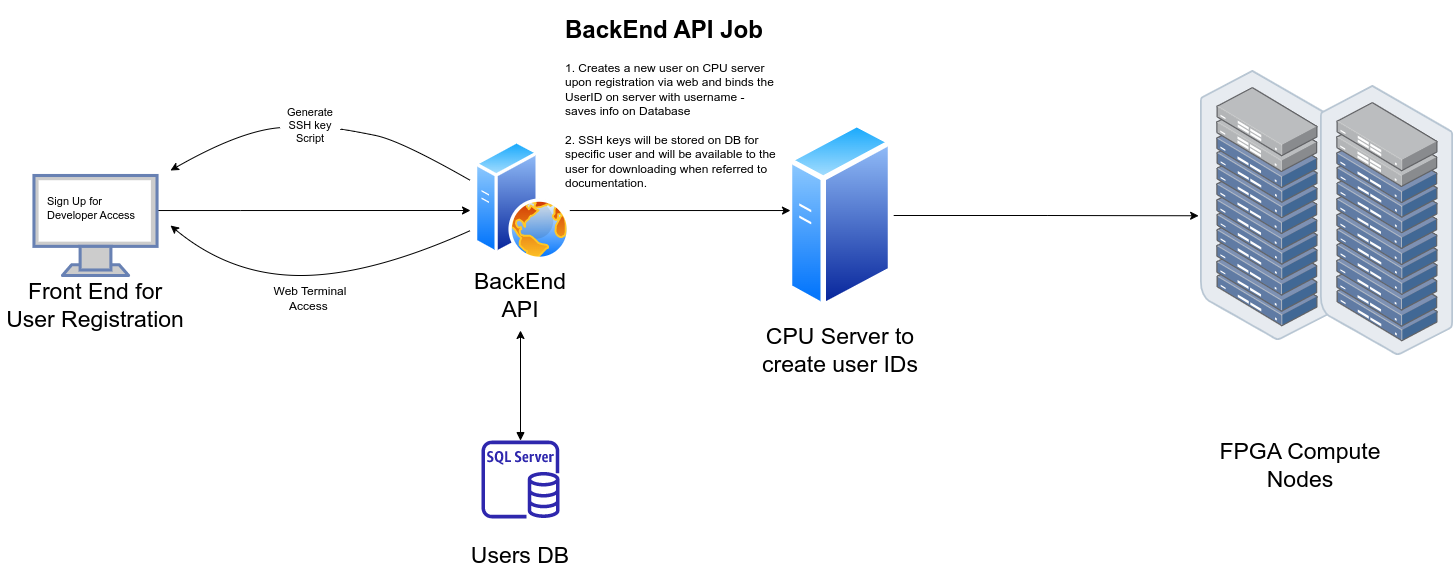
Earlier version of the draw.io export Intel DevCloud Flow.drawio.png (belanasaikiran/FlowCharts). Source tidied: cells renumbered, new cells last; positions are measured from the earlier drawing's top-left corner, leaving out a move shared by most shapes.
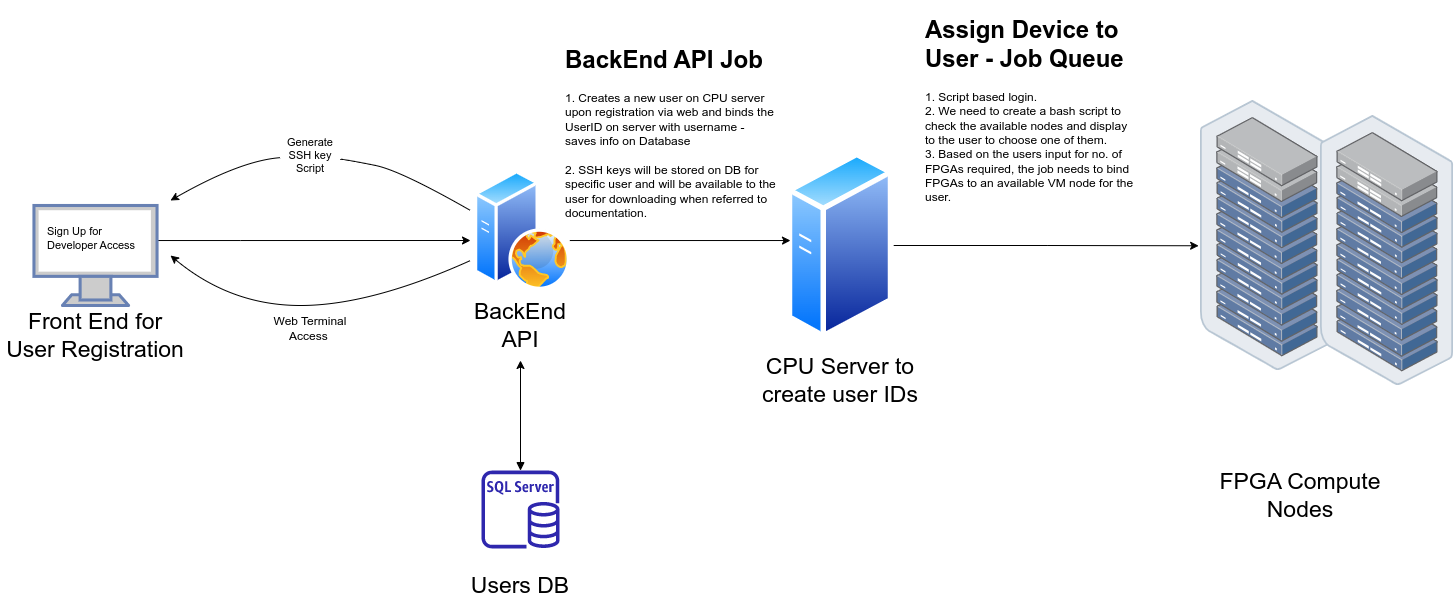
Later version of the same file.

Diff of the diagram source:
```diff
@@ -111,5 +111,8 @@
     <mxCell id="27" value="&lt;h1&gt;&lt;span style=&quot;background-color: initial;&quot;&gt;BackEnd API Job&lt;/span&gt;&lt;/h1&gt;&lt;div&gt;&lt;span style=&quot;font-size: 12px; font-weight: 400;&quot;&gt;1. Creates a new user on CPU server upon registration via web and binds the UserID on server with username - saves info on Database&lt;/span&gt;&lt;/div&gt;&lt;div&gt;&lt;span style=&quot;font-size: 12px; font-weight: 400;&quot;&gt;&lt;br&gt;&lt;/span&gt;&lt;/div&gt;&lt;div&gt;&lt;span style=&quot;font-size: 12px; font-weight: 400;&quot;&gt;2. SSH keys will be stored on DB for specific user and will be available to the user for downloading when referred to documentation.&lt;/span&gt;&lt;/div&gt;&lt;div&gt;&lt;span style=&quot;font-size: 12px; font-weight: 400;&quot;&gt;&lt;br&gt;&lt;/span&gt;&lt;/div&gt;" style="text;html=1;strokeColor=none;fillColor=none;spacing=5;spacingTop=-20;whiteSpace=wrap;overflow=hidden;rounded=0;" parent="1" vertex="1">
       <mxGeometry x="560" width="220" height="185" as="geometry" />
     </mxCell>
+    <mxCell id="28" value="&lt;h1&gt;&lt;span style=&quot;background-color: initial;&quot;&gt;Assign Device to User - Job Queue&lt;/span&gt;&lt;/h1&gt;&lt;div&gt;&lt;span style=&quot;font-size: 12px; font-weight: 400;&quot;&gt;1. Script based login.&amp;nbsp;&lt;/span&gt;&lt;/div&gt;&lt;div&gt;&lt;span style=&quot;font-size: 12px; font-weight: 400;&quot;&gt;2. We need to create a bash script to check the available nodes and display to the user to choose one of them.&lt;/span&gt;&lt;/div&gt;&lt;div&gt;&lt;span style=&quot;font-size: 12px; font-weight: 400;&quot;&gt;3. Based on the users input for no. of FPGAs required, the job needs to bind FPGAs to an available VM node for the user.&lt;/span&gt;&lt;/div&gt;&lt;div&gt;&lt;span style=&quot;font-size: 12px; font-weight: 400;&quot;&gt;&lt;br&gt;&lt;/span&gt;&lt;/div&gt;" style="text;html=1;strokeColor=none;fillColor=none;spacing=5;spacingTop=-20;whiteSpace=wrap;overflow=hidden;rounded=0;" parent="1" vertex="1">
+      <mxGeometry x="920" y="-30" width="220" height="250" as="geometry" />
+    </mxCell>
   </root>
 </mxGraphModel>
```
